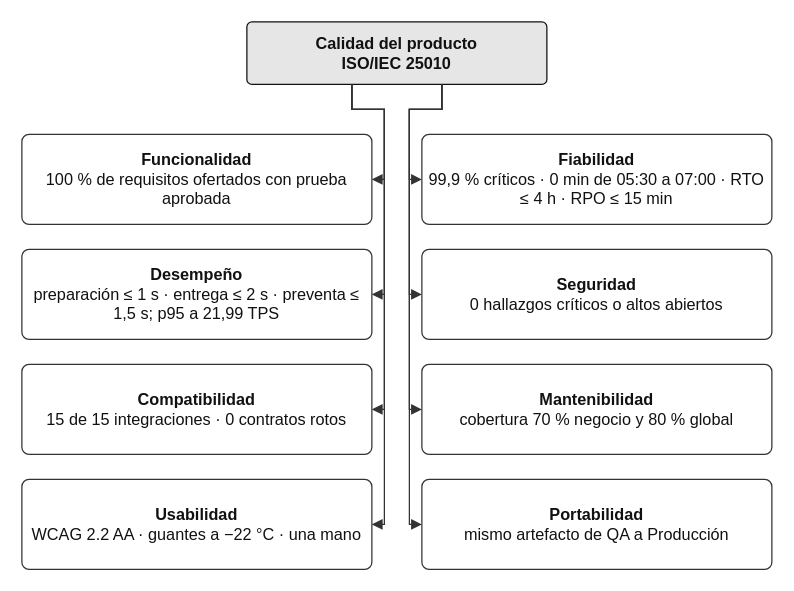
Earlier version of the draw.io diagram SD9_v_nueva/09_plan_calidad/diagramas/Fig_9-2_Modelo_ISO25010.drawio (PatricioH315/LafroX). Source tidied: cells renumbered, new cells numbered last; positions are measured from the earlier drawing's top-left corner, leaving out a move shared by most shapes. Both pictures are drawn from the tidied source at 125%, with x=0, y=0 at pixel (21, 21).
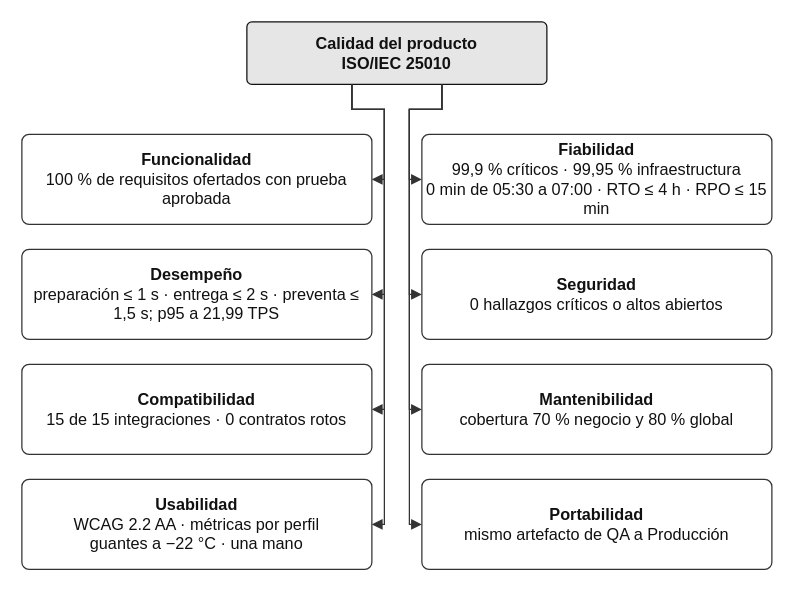
After the change.

Change to the diagram source:
```diff
@@
-    <mxCell id="9" value="&lt;b&gt;Usabilidad&lt;/b&gt;&lt;br&gt;WCAG 2.2 AA · guantes a −22 °C · una mano" style="rounded=1;whiteSpace=wrap;html=1;fontSize=13;fontFamily=Helvetica;fillColor=#FFFFFF;strokeColor=#333333;fontColor=#111111;arcSize=8;" parent="1" vertex="1">
+    <mxCell id="9" value="&lt;b&gt;Usabilidad&lt;/b&gt;&lt;br&gt;WCAG 2.2 AA · métricas por perfil&lt;br&gt;guantes a −22 °C · una mano" style="rounded=1;whiteSpace=wrap;html=1;fontSize=13;fontFamily=Helvetica;fillColor=#FFFFFF;strokeColor=#333333;fontColor=#111111;arcSize=8;" parent="1" vertex="1">
       <mxGeometry y="366" width="280" height="72" as="geometry" />
     </mxCell>
@@
-    <mxCell id="11" value="&lt;b&gt;Fiabilidad&lt;/b&gt;&lt;br&gt;99,9 % críticos · 0 min de 05:30 a 07:00 · RTO ≤ 4 h · RPO ≤ 15 min" style="rounded=1;whiteSpace=wrap;html=1;fontSize=13;fontFamily=Helvetica;fillColor=#FFFFFF;strokeColor=#333333;fontColor=#111111;arcSize=8;" parent="1" vertex="1">
+    <mxCell id="11" value="&lt;b&gt;Fiabilidad&lt;/b&gt;&lt;br&gt;99,9 % críticos · 99,95 % infraestructura&lt;br&gt;0 min de 05:30 a 07:00 · RTO ≤ 4 h · RPO ≤ 15 min" style="rounded=1;whiteSpace=wrap;html=1;fontSize=13;fontFamily=Helvetica;fillColor=#FFFFFF;strokeColor=#333333;fontColor=#111111;arcSize=8;" parent="1" vertex="1">
       <mxGeometry x="320" y="90" width="280" height="72" as="geometry" />
     </mxCell>
```
